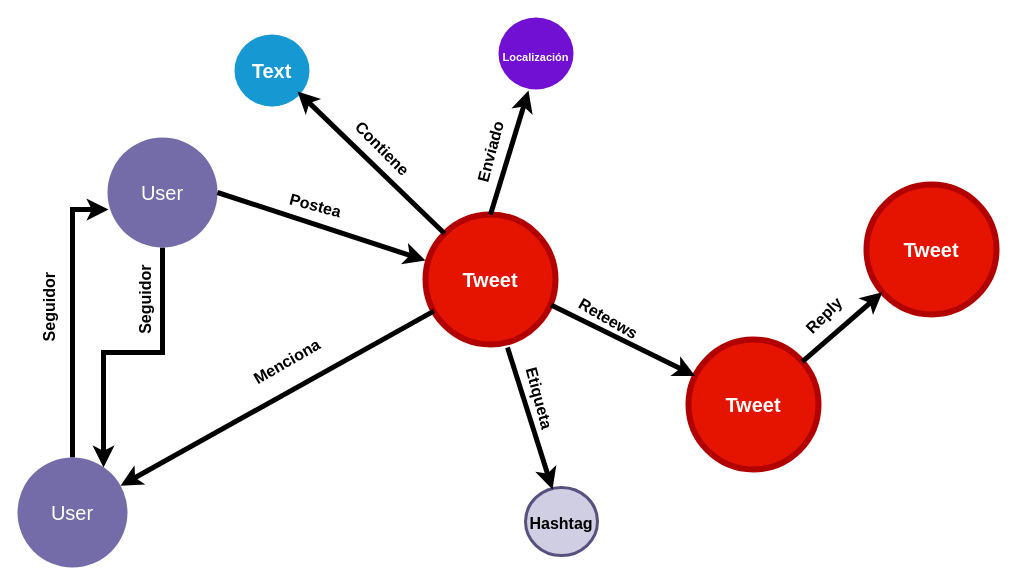
Above: Neo4j.drawio in EvaAnalytics/Images (draw.io), before the change. Source tidied: cells renumbered, new cells numbered last; positions are measured from the earlier drawing's top-left corner, leaving out a move shared by most shapes. Both pictures are drawn from the tidied source at 100%, with x=0, y=0 at pixel (17, 17).
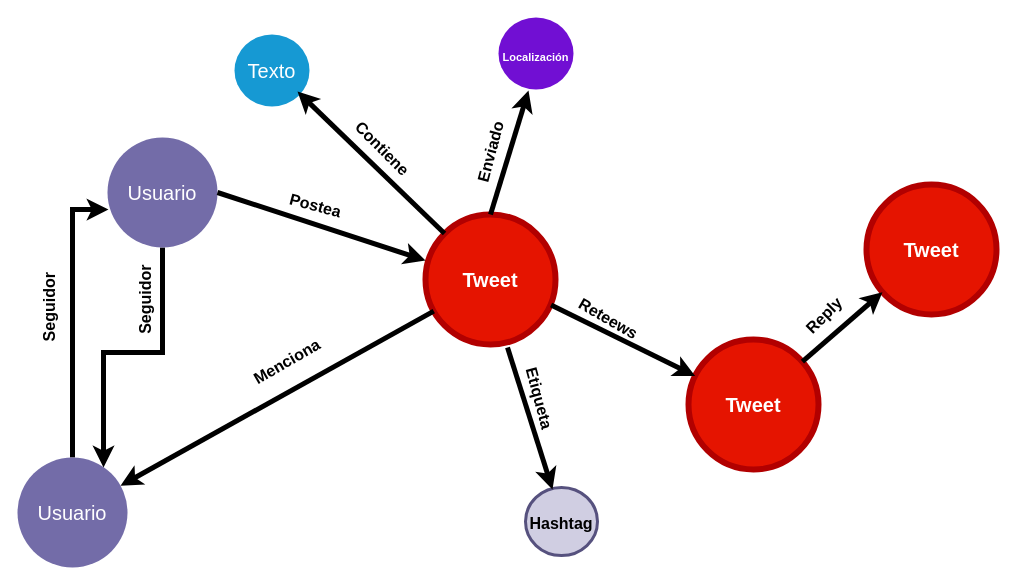
The same page after the edit.

Change to the diagram source:
```diff
@@
-    <mxCell id="2" value="&lt;b&gt;Text&lt;/b&gt;" style="ellipse;whiteSpace=wrap;html=1;shadow=0;fontFamily=Helvetica;fontSize=20;fontColor=#FFFFFF;align=center;strokeWidth=3;fillColor=#1699D3;strokeColor=none;" parent="1" vertex="1">
+    <mxCell id="2" value="Texto" style="ellipse;whiteSpace=wrap;html=1;shadow=0;fontFamily=Helvetica;fontSize=20;fontColor=#FFFFFF;align=center;strokeWidth=3;fillColor=#1699D3;strokeColor=none;" parent="1" vertex="1">
       <mxGeometry x="217" y="17" width="75" height="72" as="geometry" />
     </mxCell>
@@
-    <mxCell id="6" value="User" style="ellipse;whiteSpace=wrap;html=1;shadow=0;fontFamily=Helvetica;fontSize=20;fontColor=#FFFFFF;align=center;strokeWidth=3;fillColor=#736ca8;strokeColor=none;" parent="1" vertex="1">
+    <mxCell id="6" value="Usuario" style="ellipse;whiteSpace=wrap;html=1;shadow=0;fontFamily=Helvetica;fontSize=20;fontColor=#FFFFFF;align=center;strokeWidth=3;fillColor=#736ca8;strokeColor=none;" parent="1" vertex="1">
       <mxGeometry y="440" width="110" height="110" as="geometry" />
     </mxCell>
@@
-    <mxCell id="13" value="User" style="ellipse;whiteSpace=wrap;html=1;shadow=0;fontFamily=Helvetica;fontSize=20;fontColor=#FFFFFF;align=center;strokeWidth=3;fillColor=#736ca8;strokeColor=none;" parent="1" vertex="1">
+    <mxCell id="13" value="Usuario" style="ellipse;whiteSpace=wrap;html=1;shadow=0;fontFamily=Helvetica;fontSize=20;fontColor=#FFFFFF;align=center;strokeWidth=3;fillColor=#736ca8;strokeColor=none;" parent="1" vertex="1">
       <mxGeometry x="90" y="120" width="110" height="110" as="geometry" />
     </mxCell>
```
